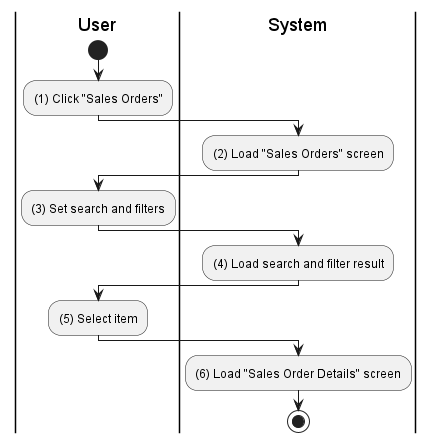
Before: activities/sales-order-view.png, a diagram exported from PlantUML (phihungha/scmss-reqs). Source of this version:
```plantuml
@startuml sales-order-view
|u|User
|s|System

|u|
start
:(1) Click "Sales Orders";

|s|
:(2) Load "Sales Orders" screen;

|u|
:(3) Set search and filters;

|s|
:(4) Load search and filter result;

|u|
:(5) Select item;

|s|
:(6) Load "Sales Order Details" screen;
stop
@enduml
```
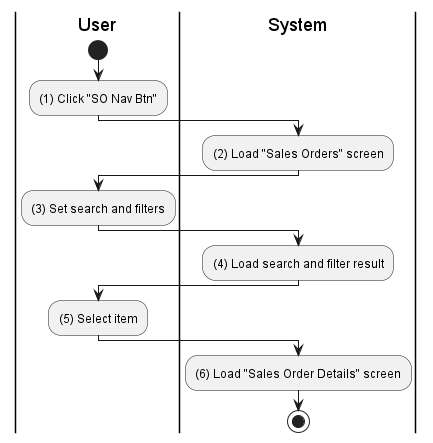
After the change.

Diff of the diagram source:
```diff
@@ -4,7 +4,7 @@
 
 |u|
 start
-:(1) Click "Sales Orders";
+:(1) Click "SO Nav Btn";
 
 |s|
 :(2) Load "Sales Orders" screen;
```
